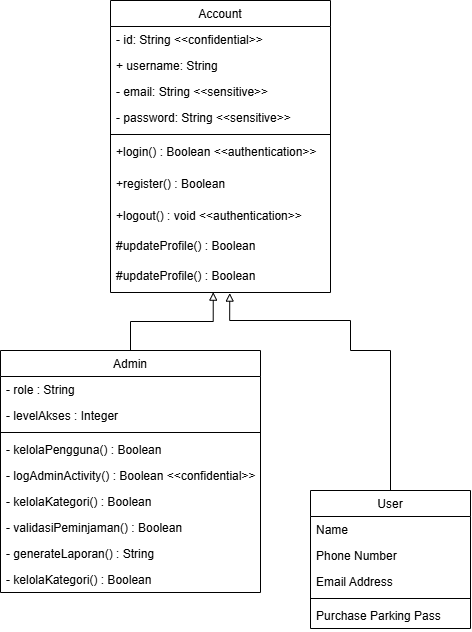
anthef/anthef keeps this draw.io diagram as init pkpl.drawio.png. Above is the earlier version. Source tidied: cells renumbered, new cells last; positions are measured from the earlier drawing's top-left corner, leaving out a move shared by most shapes. Source of this version:
```xml
<mxGraphModel>
  <root>
    <mxCell id="0" />
    <mxCell id="1" parent="0" />
    <mxCell id="2" value="Account" style="swimlane;fontStyle=0;align=center;verticalAlign=top;horizontal=1;startSize=26;rounded=0;shadow=0;strokeWidth=1;" parent="1" vertex="1">
      <mxGeometry x="110" width="220" height="292" as="geometry" />
    </mxCell>
    <mxCell id="3" value="- id: String &lt;&lt;confidential&gt;&gt;" style="text;align=left;verticalAlign=top;spacingLeft=4;spacingRight=4;overflow=hidden;rounded=0;shadow=0;html=0;" parent="2" vertex="1">
      <mxGeometry y="26" width="220" height="26" as="geometry" />
    </mxCell>
    <mxCell id="4" value="+ username: String" style="text;align=left;verticalAlign=top;spacingLeft=4;spacingRight=4;overflow=hidden;" parent="2" vertex="1">
      <mxGeometry y="52" width="220" height="26" as="geometry" />
    </mxCell>
    <mxCell id="5" value="- email: String &lt;&lt;sensitive&gt;&gt;" style="text;align=left;verticalAlign=top;spacingLeft=4;spacingRight=4;overflow=hidden;rounded=0;shadow=0;html=0;" parent="2" vertex="1">
      <mxGeometry y="78" width="220" height="26" as="geometry" />
    </mxCell>
    <mxCell id="6" value="- password: String &lt;&lt;sensitive&gt;&gt;" style="text;align=left;verticalAlign=top;spacingLeft=4;spacingRight=4;overflow=hidden;rounded=0;shadow=0;html=0;" parent="2" vertex="1">
      <mxGeometry y="104" width="220" height="26" as="geometry" />
    </mxCell>
    <mxCell id="7" style="line;html=1;strokeWidth=1;align=left;verticalAlign=middle;spacingTop=-1;spacingLeft=3;spacingRight=3;labelPosition=right;" parent="2" vertex="1">
      <mxGeometry y="130" width="220" height="8" as="geometry" />
    </mxCell>
    <mxCell id="8" value="+login() : Boolean &lt;&lt;authentication&gt;&gt; " style="text;align=left;verticalAlign=top;spacingLeft=4;spacingRight=4;overflow=hidden;" parent="2" vertex="1">
      <mxGeometry y="138" width="220" height="32" as="geometry" />
    </mxCell>
    <mxCell id="9" value="+register() : Boolean " style="text;align=left;verticalAlign=top;spacingLeft=4;spacingRight=4;overflow=hidden;" parent="2" vertex="1">
      <mxGeometry y="170" width="220" height="32" as="geometry" />
    </mxCell>
    <mxCell id="10" value="+logout() : void &lt;&lt;authentication&gt;&gt; " style="text;align=left;verticalAlign=top;spacingLeft=4;spacingRight=4;overflow=hidden;" parent="2" vertex="1">
      <mxGeometry y="202" width="220" height="30" as="geometry" />
    </mxCell>
    <mxCell id="11" value="#updateProfile() : Boolean" style="text;align=left;verticalAlign=top;spacingLeft=4;spacingRight=4;overflow=hidden;" parent="2" vertex="1">
      <mxGeometry y="232" width="220" height="30" as="geometry" />
    </mxCell>
    <mxCell id="12" value="#updateProfile() : Boolean  " style="text;align=left;verticalAlign=top;spacingLeft=4;spacingRight=4;overflow=hidden;points=[[0,0.5],[1,0.5]];portConstraint=eastwest;" parent="2" vertex="1">
      <mxGeometry y="262" width="220" height="30" as="geometry" />
    </mxCell>
    <mxCell id="13" value="Admin" style="swimlane;fontStyle=0;align=center;verticalAlign=top;horizontal=1;startSize=26;rounded=0;shadow=0;strokeWidth=1;" parent="1" vertex="1">
      <mxGeometry y="350" width="260" height="242" as="geometry" />
    </mxCell>
    <mxCell id="14" value="- role : String" style="text;align=left;verticalAlign=top;spacingLeft=4;spacingRight=4;overflow=hidden;" parent="13" vertex="1">
      <mxGeometry y="26" width="260" height="26" as="geometry" />
    </mxCell>
    <mxCell id="15" value="- levelAkses : Integer" style="text;align=left;verticalAlign=top;spacingLeft=4;spacingRight=4;overflow=hidden;rounded=0;shadow=0;html=0;" parent="13" vertex="1">
      <mxGeometry y="52" width="260" height="26" as="geometry" />
    </mxCell>
    <mxCell id="16" style="line;html=1;strokeWidth=1;align=left;verticalAlign=middle;spacingTop=-1;spacingLeft=3;spacingRight=3;labelPosition=right;" parent="13" vertex="1">
      <mxGeometry y="78" width="260" height="8" as="geometry" />
    </mxCell>
    <mxCell id="17" value="- kelolaPengguna() : Boolean" style="text;align=left;verticalAlign=top;spacingLeft=4;spacingRight=4;overflow=hidden;" parent="13" vertex="1">
      <mxGeometry y="86" width="260" height="26" as="geometry" />
    </mxCell>
    <mxCell id="18" value="- logAdminActivity() : Boolean &lt;&lt;confidential&gt;&gt;" style="text;align=left;verticalAlign=top;spacingLeft=4;spacingRight=4;overflow=hidden;" parent="13" vertex="1">
      <mxGeometry y="112" width="260" height="26" as="geometry" />
    </mxCell>
    <mxCell id="19" value="- kelolaKategori() : Boolean" style="text;align=left;verticalAlign=top;spacingLeft=4;spacingRight=4;overflow=hidden;" parent="13" vertex="1">
      <mxGeometry y="138" width="260" height="26" as="geometry" />
    </mxCell>
    <mxCell id="20" value="- validasiPeminjaman() : Boolean" style="text;align=left;verticalAlign=top;spacingLeft=4;spacingRight=4;overflow=hidden;" parent="13" vertex="1">
      <mxGeometry y="164" width="260" height="26" as="geometry" />
    </mxCell>
    <mxCell id="21" value="- generateLaporan() : String" style="text;align=left;verticalAlign=top;spacingLeft=4;spacingRight=4;overflow=hidden;" parent="13" vertex="1">
      <mxGeometry y="190" width="260" height="26" as="geometry" />
    </mxCell>
    <mxCell id="22" value="- kelolaKategori() : Boolean" style="text;align=left;verticalAlign=top;spacingLeft=4;spacingRight=4;overflow=hidden;" parent="13" vertex="1">
      <mxGeometry y="216" width="260" height="26" as="geometry" />
    </mxCell>
    <mxCell id="23" value="User" style="swimlane;fontStyle=0;align=center;verticalAlign=top;horizontal=1;startSize=26;rounded=0;shadow=0;strokeWidth=1;" parent="1" vertex="1">
      <mxGeometry x="310" y="490" width="160" height="138" as="geometry" />
    </mxCell>
    <mxCell id="24" value="Name" style="text;align=left;verticalAlign=top;spacingLeft=4;spacingRight=4;overflow=hidden;" parent="23" vertex="1">
      <mxGeometry y="26" width="160" height="26" as="geometry" />
    </mxCell>
    <mxCell id="25" value="Phone Number" style="text;align=left;verticalAlign=top;spacingLeft=4;spacingRight=4;overflow=hidden;rounded=0;shadow=0;html=0;" parent="23" vertex="1">
      <mxGeometry y="52" width="160" height="26" as="geometry" />
    </mxCell>
    <mxCell id="26" value="Email Address" style="text;align=left;verticalAlign=top;spacingLeft=4;spacingRight=4;overflow=hidden;rounded=0;shadow=0;html=0;" parent="23" vertex="1">
      <mxGeometry y="78" width="160" height="26" as="geometry" />
    </mxCell>
    <mxCell id="27" style="line;html=1;strokeWidth=1;align=left;verticalAlign=middle;spacingTop=-1;spacingLeft=3;spacingRight=3;labelPosition=right;" parent="23" vertex="1">
      <mxGeometry y="104" width="160" height="8" as="geometry" />
    </mxCell>
    <mxCell id="28" value="Purchase Parking Pass" style="text;align=left;verticalAlign=top;spacingLeft=4;spacingRight=4;overflow=hidden;" parent="23" vertex="1">
      <mxGeometry y="112" width="160" height="26" as="geometry" />
    </mxCell>
    <mxCell id="29" style="edgeStyle=orthogonalEdgeStyle;rounded=0;jettySize=auto;html=1;exitX=0.5;exitY=0;exitDx=0;exitDy=0;entryX=0.467;entryY=0.989;entryDx=0;entryDy=0;entryPerimeter=0;endArrow=block;endFill=0;" parent="1" edge="1" source="13" target="12">
      <mxGeometry relative="1" as="geometry" />
    </mxCell>
    <mxCell id="30" style="edgeStyle=orthogonalEdgeStyle;rounded=0;jettySize=auto;html=1;exitX=0.5;exitY=0;exitDx=0;exitDy=0;entryX=0.542;entryY=1.02;entryDx=0;entryDy=0;entryPerimeter=0;endArrow=block;endFill=0;" parent="1" edge="1" source="23" target="12">
      <mxGeometry relative="1" as="geometry">
        <Array as="points">
          <mxPoint x="350" y="350" />
          <mxPoint x="350" y="320" />
          <mxPoint x="229" y="320" />
        </Array>
      </mxGeometry>
    </mxCell>
  </root>
</mxGraphModel>
```
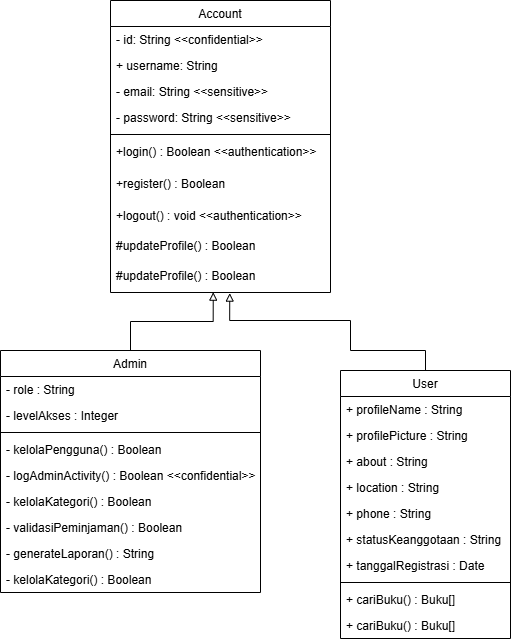
The same diagram one commit later.

Change to the diagram source:
```diff
@@ -66,22 +66,37 @@
       <mxGeometry y="216" width="260" height="26" as="geometry" />
     </mxCell>
     <mxCell id="23" value="User" style="swimlane;fontStyle=0;align=center;verticalAlign=top;horizontal=1;startSize=26;rounded=0;shadow=0;strokeWidth=1;" parent="1" vertex="1">
-      <mxGeometry x="310" y="490" width="160" height="138" as="geometry" />
+      <mxGeometry x="340" y="370" width="170" height="268" as="geometry" />
     </mxCell>
-    <mxCell id="24" value="Name" style="text;align=left;verticalAlign=top;spacingLeft=4;spacingRight=4;overflow=hidden;" parent="23" vertex="1">
-      <mxGeometry y="26" width="160" height="26" as="geometry" />
+    <mxCell id="24" value="+ profileName : String" style="text;align=left;verticalAlign=top;spacingLeft=4;spacingRight=4;overflow=hidden;" parent="23" vertex="1">
+      <mxGeometry y="26" width="170" height="26" as="geometry" />
     </mxCell>
-    <mxCell id="25" value="Phone Number" style="text;align=left;verticalAlign=top;spacingLeft=4;spacingRight=4;overflow=hidden;rounded=0;shadow=0;html=0;" parent="23" vertex="1">
-      <mxGeometry y="52" width="160" height="26" as="geometry" />
+    <mxCell id="25" value="+ profilePicture : String" style="text;align=left;verticalAlign=top;spacingLeft=4;spacingRight=4;overflow=hidden;rounded=0;shadow=0;html=0;" parent="23" vertex="1">
+      <mxGeometry y="52" width="170" height="26" as="geometry" />
     </mxCell>
-    <mxCell id="26" value="Email Address" style="text;align=left;verticalAlign=top;spacingLeft=4;spacingRight=4;overflow=hidden;rounded=0;shadow=0;html=0;" parent="23" vertex="1">
-      <mxGeometry y="78" width="160" height="26" as="geometry" />
+    <mxCell id="26" value="+ about : String" style="text;align=left;verticalAlign=top;spacingLeft=4;spacingRight=4;overflow=hidden;rounded=0;shadow=0;html=0;" parent="23" vertex="1">
+      <mxGeometry y="78" width="170" height="26" as="geometry" />
     </mxCell>
+    <mxCell id="31" value="+ location : String" style="text;align=left;verticalAlign=top;spacingLeft=4;spacingRight=4;overflow=hidden;rounded=0;shadow=0;html=0;" parent="23" vertex="1">
+      <mxGeometry y="104" width="170" height="26" as="geometry" />
+    </mxCell>
+    <mxCell id="32" value="+ phone : String" style="text;align=left;verticalAlign=top;spacingLeft=4;spacingRight=4;overflow=hidden;rounded=0;shadow=0;html=0;" parent="23" vertex="1">
+      <mxGeometry y="130" width="170" height="26" as="geometry" />
+    </mxCell>
+    <mxCell id="33" value="+ statusKeanggotaan : String" style="text;align=left;verticalAlign=top;spacingLeft=4;spacingRight=4;overflow=hidden;rounded=0;shadow=0;html=0;" parent="23" vertex="1">
+      <mxGeometry y="156" width="170" height="26" as="geometry" />
+    </mxCell>
+    <mxCell id="34" value="+ tanggalRegistrasi : Date" style="text;align=left;verticalAlign=top;spacingLeft=4;spacingRight=4;overflow=hidden;rounded=0;shadow=0;html=0;" parent="23" vertex="1">
+      <mxGeometry y="182" width="170" height="26" as="geometry" />
+    </mxCell>
     <mxCell id="27" style="line;html=1;strokeWidth=1;align=left;verticalAlign=middle;spacingTop=-1;spacingLeft=3;spacingRight=3;labelPosition=right;" parent="23" vertex="1">
-      <mxGeometry y="104" width="160" height="8" as="geometry" />
+      <mxGeometry y="208" width="170" height="8" as="geometry" />
     </mxCell>
+    <mxCell id="35" value="+ cariBuku() : Buku[]&#10;" style="text;align=left;verticalAlign=top;spacingLeft=4;spacingRight=4;overflow=hidden;" parent="23" vertex="1">
+      <mxGeometry y="216" width="170" height="26" as="geometry" />
+    </mxCell>
-    <mxCell id="28" value="Purchase Parking Pass" style="text;align=left;verticalAlign=top;spacingLeft=4;spacingRight=4;overflow=hidden;" parent="23" vertex="1">
-      <mxGeometry y="112" width="160" height="26" as="geometry" />
+    <mxCell id="28" value="+ cariBuku() : Buku[]&#10;" style="text;align=left;verticalAlign=top;spacingLeft=4;spacingRight=4;overflow=hidden;" parent="23" vertex="1">
+      <mxGeometry y="242" width="170" height="26" as="geometry" />
     </mxCell>
     <mxCell id="29" style="edgeStyle=orthogonalEdgeStyle;rounded=0;jettySize=auto;html=1;exitX=0.5;exitY=0;exitDx=0;exitDy=0;entryX=0.467;entryY=0.989;entryDx=0;entryDy=0;entryPerimeter=0;endArrow=block;endFill=0;" parent="1" edge="1" source="13" target="12">
       <mxGeometry relative="1" as="geometry" />
```
